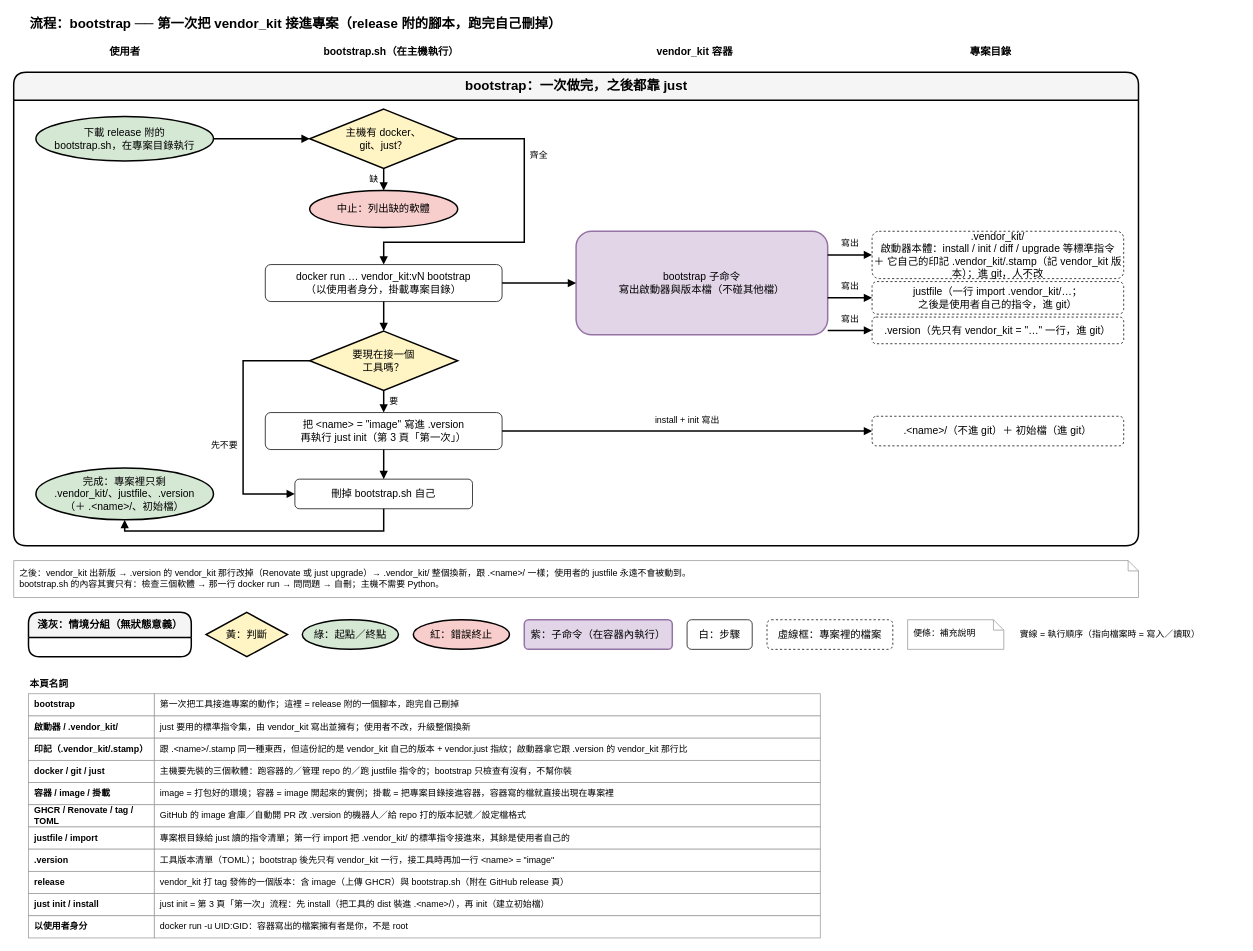
The draw.io diagram page "10. 流程：bootstrap" (10 of 10) of dist_distribution.drawio in ycpss91255-research/vendor_kit, before the edit. Source tidied: cells renumbered, new cells numbered last; positions are measured from the earlier drawing's top-left corner, leaving out a move shared by most shapes. Both pictures are drawn from the tidied source at 74%, with x=0, y=0 at pixel (13, 13).
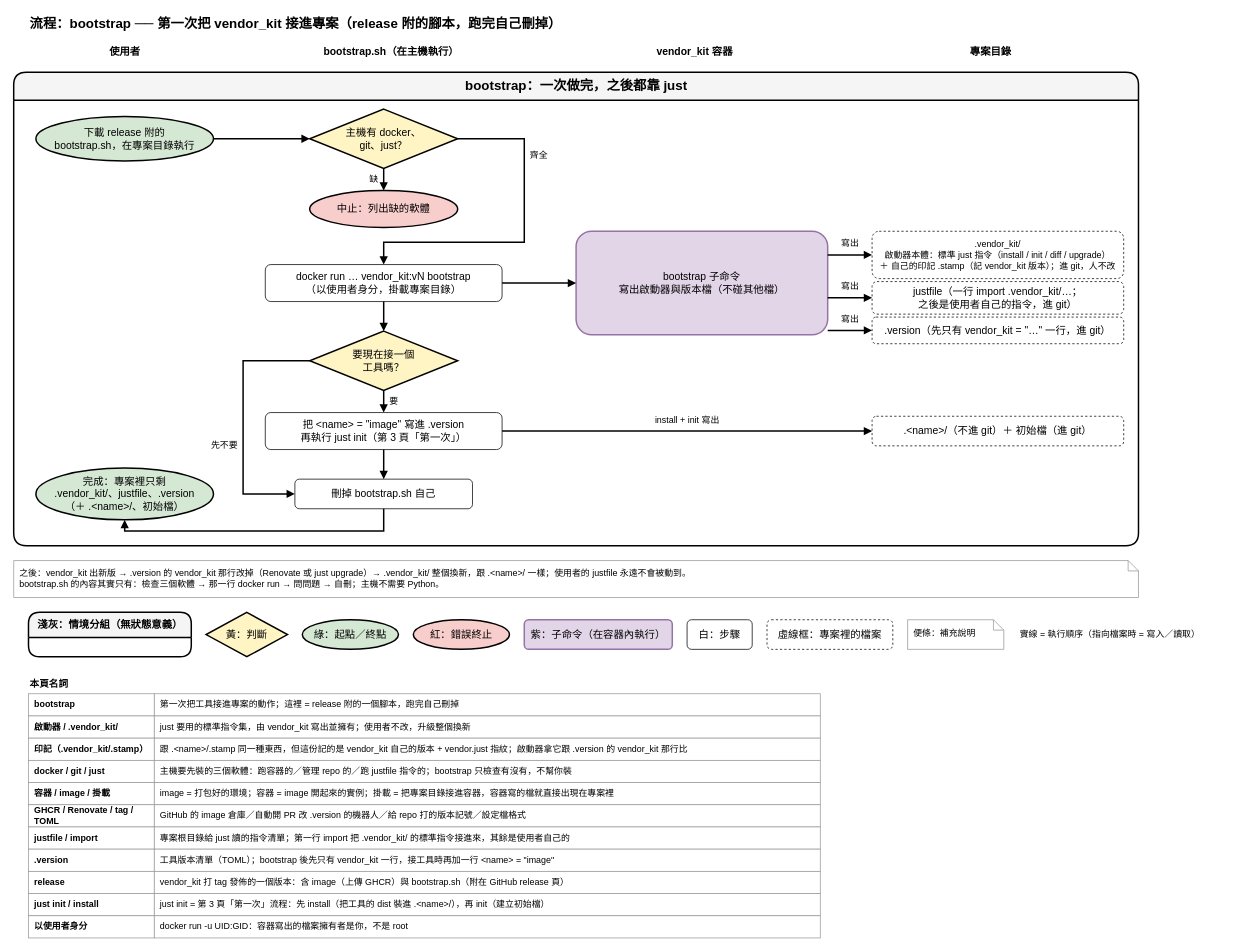
Above is the later version.

Commit message:
第 10 頁 .vendor_kit/ 框文字縮短

Unchanged cells that the change refers to:
```xml
<mxCell id="7" value="bootstrap：一次做完，之後都靠 just" style="swimlane;html=1;rounded=1;startSize=38;fontStyle=1;fontSize=18;fillColor=#f5f5f5;swimlaneFillColor=#ffffff;strokeColor=#000000;strokeWidth=2;" parent="1" vertex="1">
  <mxGeometry y="80" width="1520" height="640" as="geometry" />
</mxCell>
```

What changed in the source:
```diff
@@
-    <mxCell id="17" value=".vendor_kit/&lt;br&gt;啟動器本體：install / init / diff / upgrade 等標準指令&lt;br&gt;＋ 它自己的印記 .vendor_kit/.stamp（記 vendor_kit 版本）；進 git，人不改" style="rounded=1;whiteSpace=wrap;html=1;fillColor=#ffffff;strokeColor=light-dark(#000000,#9577A3);fontSize=14;strokeWidth=1;dashed=1;" parent="7" vertex="1">
+    <mxCell id="17" value=".vendor_kit/&lt;br&gt;啟動器本體：標準 just 指令（install / init / diff / upgrade）&lt;br&gt;＋ 自己的印記 .stamp（記 vendor_kit 版本）；進 git，人不改" style="rounded=1;whiteSpace=wrap;html=1;fillColor=#ffffff;strokeColor=light-dark(#000000,#9577A3);fontSize=12;strokeWidth=1;dashed=1;" parent="7" vertex="1">
       <mxGeometry x="1160" y="215" width="340" height="64" as="geometry" />
     </mxCell>
```
